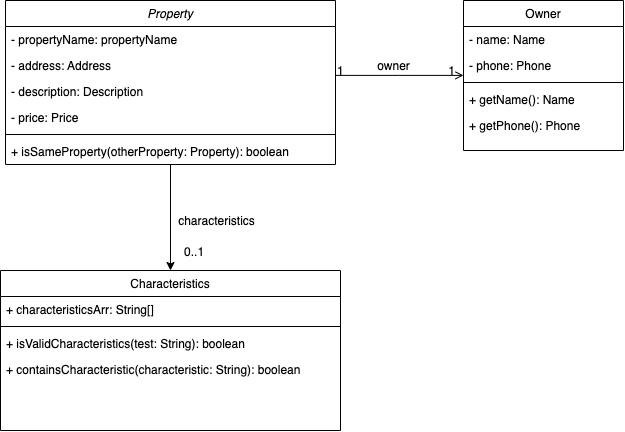
nus-cs2103-AY2223S1/tp keeps this draw.io diagram as docs/images/FullPropertyClassDiagram.png. Above is the earlier version. Source tidied: cells renumbered, new cells last; positions are measured from the earlier drawing's top-left corner, leaving out a move shared by most shapes. Its diagram source:
```xml
<mxGraphModel>
  <root>
    <mxCell id="0" />
    <mxCell id="1" parent="0" />
    <mxCell id="2" style="edgeStyle=orthogonalEdgeStyle;rounded=0;jettySize=auto;html=1;entryX=0.5;entryY=0;entryDx=0;entryDy=0;" parent="1" edge="1" source="3" target="20">
      <mxGeometry relative="1" as="geometry" />
    </mxCell>
    <mxCell id="3" value="Property" style="swimlane;fontStyle=2;align=center;verticalAlign=top;horizontal=1;startSize=26;rounded=0;shadow=0;strokeWidth=1;" parent="1" vertex="1">
      <mxGeometry x="5" width="330" height="164" as="geometry" />
    </mxCell>
    <mxCell id="4" value="- propertyName: propertyName" style="text;align=left;verticalAlign=top;spacingLeft=4;spacingRight=4;overflow=hidden;" parent="3" vertex="1">
      <mxGeometry y="26" width="330" height="26" as="geometry" />
    </mxCell>
    <mxCell id="5" value="- address: Address" style="text;align=left;verticalAlign=top;spacingLeft=4;spacingRight=4;overflow=hidden;rounded=0;shadow=0;html=0;" parent="3" vertex="1">
      <mxGeometry y="52" width="330" height="26" as="geometry" />
    </mxCell>
    <mxCell id="6" value="- description: Description" style="text;align=left;verticalAlign=top;spacingLeft=4;spacingRight=4;overflow=hidden;rounded=0;shadow=0;html=0;" parent="3" vertex="1">
      <mxGeometry y="78" width="330" height="26" as="geometry" />
    </mxCell>
    <mxCell id="7" value="- price: Price" style="text;align=left;verticalAlign=top;spacingLeft=4;spacingRight=4;overflow=hidden;rounded=0;shadow=0;html=0;" parent="3" vertex="1">
      <mxGeometry y="104" width="330" height="26" as="geometry" />
    </mxCell>
    <mxCell id="8" style="line;html=1;strokeWidth=1;align=left;verticalAlign=middle;spacingTop=-1;spacingLeft=3;spacingRight=3;labelPosition=right;" parent="3" vertex="1">
      <mxGeometry y="130" width="330" height="8" as="geometry" />
    </mxCell>
    <mxCell id="9" value="+ isSameProperty(otherProperty: Property): boolean" style="text;align=left;verticalAlign=top;spacingLeft=4;spacingRight=4;overflow=hidden;" parent="3" vertex="1">
      <mxGeometry y="138" width="330" height="26" as="geometry" />
    </mxCell>
    <mxCell id="10" value="Owner" style="swimlane;fontStyle=0;align=center;verticalAlign=top;horizontal=1;startSize=26;rounded=0;shadow=0;strokeWidth=1;" parent="1" vertex="1">
      <mxGeometry x="463" width="160" height="150" as="geometry" />
    </mxCell>
    <mxCell id="11" value="- name: Name" style="text;align=left;verticalAlign=top;spacingLeft=4;spacingRight=4;overflow=hidden;" parent="10" vertex="1">
      <mxGeometry y="26" width="160" height="26" as="geometry" />
    </mxCell>
    <mxCell id="12" value="- phone: Phone" style="text;align=left;verticalAlign=top;spacingLeft=4;spacingRight=4;overflow=hidden;rounded=0;shadow=0;html=0;" parent="10" vertex="1">
      <mxGeometry y="52" width="160" height="26" as="geometry" />
    </mxCell>
    <mxCell id="13" style="line;html=1;strokeWidth=1;align=left;verticalAlign=middle;spacingTop=-1;spacingLeft=3;spacingRight=3;labelPosition=right;" parent="10" vertex="1">
      <mxGeometry y="78" width="160" height="8" as="geometry" />
    </mxCell>
    <mxCell id="14" value="+ getName(): Name" style="text;align=left;verticalAlign=top;spacingLeft=4;spacingRight=4;overflow=hidden;" parent="10" vertex="1">
      <mxGeometry y="86" width="160" height="26" as="geometry" />
    </mxCell>
    <mxCell id="15" value="+ getPhone(): Phone" style="text;align=left;verticalAlign=top;spacingLeft=4;spacingRight=4;overflow=hidden;" parent="10" vertex="1">
      <mxGeometry y="112" width="160" height="26" as="geometry" />
    </mxCell>
    <mxCell id="16" style="endArrow=open;shadow=0;strokeWidth=1;rounded=0;endFill=1;edgeStyle=elbowEdgeStyle;elbow=vertical;" parent="1" edge="1" source="3" target="10">
      <mxGeometry x="0.5" y="41" relative="1" as="geometry">
        <mxPoint x="-40" y="32" as="offset" />
      </mxGeometry>
    </mxCell>
    <mxCell id="17" value="1" style="align=left;verticalAlign=bottom;labelBackgroundColor=none;fontSize=12;" parent="16" vertex="1">
      <mxGeometry x="-1" relative="1" as="geometry">
        <mxPoint y="4" as="offset" />
      </mxGeometry>
    </mxCell>
    <mxCell id="18" value="1" style="align=right;verticalAlign=bottom;labelBackgroundColor=none;fontSize=12;" parent="16" vertex="1">
      <mxGeometry x="1" relative="1" as="geometry">
        <mxPoint x="-7" y="4" as="offset" />
      </mxGeometry>
    </mxCell>
    <mxCell id="19" value="owner" style="text;html=1;align=center;verticalAlign=middle;labelBackgroundColor=none;rounded=0;shadow=0;strokeWidth=1;fontSize=12;" parent="16" vertex="1">
      <mxGeometry x="0.5" y="49" relative="1" as="geometry">
        <mxPoint x="-38" y="40" as="offset" />
      </mxGeometry>
    </mxCell>
    <mxCell id="20" value="Characteristics" style="swimlane;fontStyle=0;align=center;verticalAlign=top;horizontal=1;startSize=26;rounded=0;shadow=0;strokeWidth=1;" parent="1" vertex="1">
      <mxGeometry y="270" width="340" height="160" as="geometry" />
    </mxCell>
    <mxCell id="21" value="+ characteristicsArr: String[]" style="text;align=left;verticalAlign=top;spacingLeft=4;spacingRight=4;overflow=hidden;" parent="20" vertex="1">
      <mxGeometry y="26" width="340" height="26" as="geometry" />
    </mxCell>
    <mxCell id="22" style="line;html=1;strokeWidth=1;align=left;verticalAlign=middle;spacingTop=-1;spacingLeft=3;spacingRight=3;labelPosition=right;" parent="20" vertex="1">
      <mxGeometry y="52" width="340" height="8" as="geometry" />
    </mxCell>
    <mxCell id="23" value="+ isValidCharacteristics(test: String): boolean" style="text;align=left;verticalAlign=top;spacingLeft=4;spacingRight=4;overflow=hidden;" parent="20" vertex="1">
      <mxGeometry y="60" width="340" height="26" as="geometry" />
    </mxCell>
    <mxCell id="24" value="+ containsCharacteristic(characteristic: String): boolean" style="text;align=left;verticalAlign=top;spacingLeft=4;spacingRight=4;overflow=hidden;" parent="20" vertex="1">
      <mxGeometry y="86" width="340" height="26" as="geometry" />
    </mxCell>
    <mxCell id="25" value="characteristics" style="text;html=1;align=center;verticalAlign=middle;labelBackgroundColor=none;rounded=0;shadow=0;strokeWidth=1;fontSize=12;" parent="1" vertex="1">
      <mxGeometry x="215" y="220" as="geometry" />
    </mxCell>
    <mxCell id="26" value="0..1" style="align=right;verticalAlign=bottom;labelBackgroundColor=none;fontSize=12;" parent="1" vertex="1">
      <mxGeometry x="205" y="260" as="geometry" />
    </mxCell>
  </root>
</mxGraphModel>
```
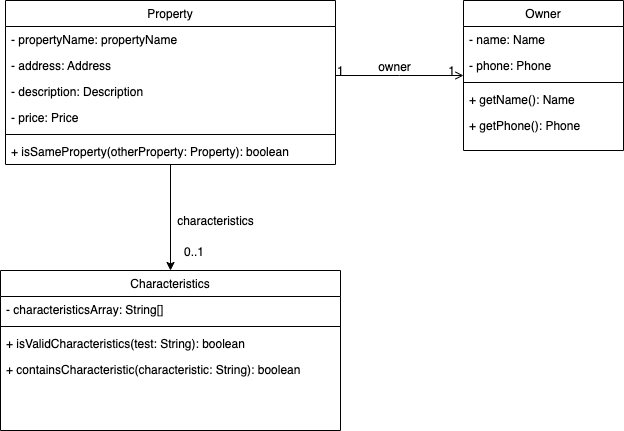
The same diagram one commit later.

Commit message:
update uml diagram

Diff of the diagram source:
```diff
@@ -5,7 +5,7 @@
     <mxCell id="2" style="edgeStyle=orthogonalEdgeStyle;rounded=0;jettySize=auto;html=1;entryX=0.5;entryY=0;entryDx=0;entryDy=0;" parent="1" edge="1" source="3" target="20">
       <mxGeometry relative="1" as="geometry" />
     </mxCell>
-    <mxCell id="3" value="Property" style="swimlane;fontStyle=2;align=center;verticalAlign=top;horizontal=1;startSize=26;rounded=0;shadow=0;strokeWidth=1;" parent="1" vertex="1">
+    <mxCell id="3" value="Property" style="swimlane;fontStyle=0;align=center;verticalAlign=top;horizontal=1;startSize=26;rounded=0;shadow=0;strokeWidth=1;" parent="1" vertex="1">
       <mxGeometry x="5" width="330" height="164" as="geometry" />
     </mxCell>
     <mxCell id="4" value="- propertyName: propertyName" style="text;align=left;verticalAlign=top;spacingLeft=4;spacingRight=4;overflow=hidden;" parent="3" vertex="1">
@@ -67,7 +67,7 @@
     <mxCell id="20" value="Characteristics" style="swimlane;fontStyle=0;align=center;verticalAlign=top;horizontal=1;startSize=26;rounded=0;shadow=0;strokeWidth=1;" parent="1" vertex="1">
       <mxGeometry y="270" width="340" height="160" as="geometry" />
     </mxCell>
-    <mxCell id="21" value="+ characteristicsArr: String[]" style="text;align=left;verticalAlign=top;spacingLeft=4;spacingRight=4;overflow=hidden;" parent="20" vertex="1">
+    <mxCell id="21" value="- characteristicsArray: String[]" style="text;align=left;verticalAlign=top;spacingLeft=4;spacingRight=4;overflow=hidden;" parent="20" vertex="1">
       <mxGeometry y="26" width="340" height="26" as="geometry" />
     </mxCell>
     <mxCell id="22" style="line;html=1;strokeWidth=1;align=left;verticalAlign=middle;spacingTop=-1;spacingLeft=3;spacingRight=3;labelPosition=right;" parent="20" vertex="1">
```
